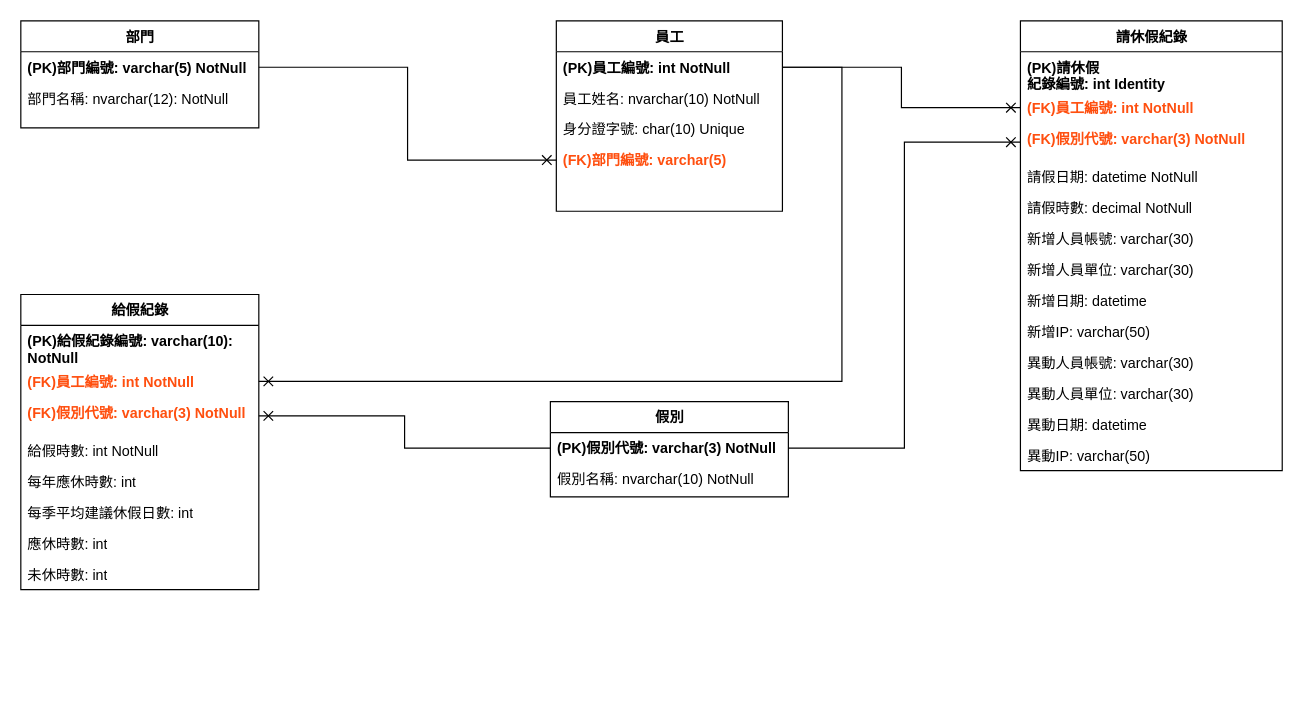
Before: Untitled Diagram.drawio in loveblue0121/T-SQL-ER, a draw.io diagram. Source tidied: cells renumbered, new cells numbered last; positions are measured from the earlier drawing's top-left corner, leaving out a move shared by most shapes. Both pictures are drawn from the tidied source at 119%, with x=0, y=0 at pixel (20, 20).
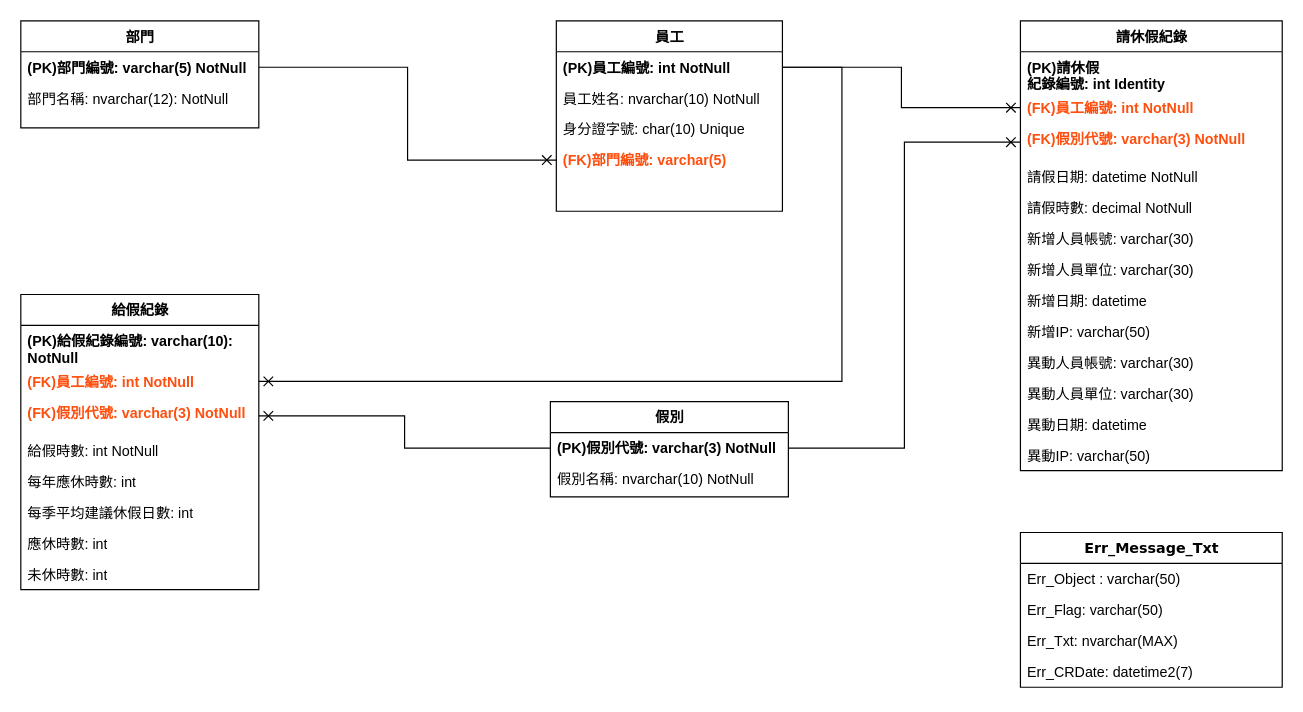
The same diagram, later.

What changed in the source:
```diff
@@
+    <mxCell id="42" value="Err_Message_Txt" style="swimlane;html=1;fontStyle=1;align=center;verticalAlign=top;horizontal=1;startSize=26;swimlaneFillColor=#ffffff;rounded=0;shadow=0;comic=0;labelBackgroundColor=none;strokeWidth=1;fillColor=none;fontFamily=Verdana;fontSize=12;" parent="1" vertex="1">
+      <mxGeometry x="840" y="430" width="220" height="130" as="geometry" />
+    </mxCell>
+    <mxCell id="43" value="Err_Object :&amp;nbsp;varchar(50)" style="text;html=1;strokeColor=none;fillColor=none;align=left;verticalAlign=top;spacingLeft=4;spacingRight=4;whiteSpace=wrap;overflow=hidden;fontStyle=0;" parent="42" vertex="1">
+      <mxGeometry y="26" width="220" height="26" as="geometry" />
+    </mxCell>
+    <mxCell id="44" value="Err_Flag:&amp;nbsp;varchar(50)" style="text;html=1;strokeColor=none;fillColor=none;align=left;verticalAlign=top;spacingLeft=4;spacingRight=4;whiteSpace=wrap;overflow=hidden;" parent="42" vertex="1">
+      <mxGeometry y="52" width="220" height="26" as="geometry" />
+    </mxCell>
+    <mxCell id="45" value="Err_Txt:&amp;nbsp;nvarchar(MAX)" style="text;html=1;strokeColor=none;fillColor=none;align=left;verticalAlign=top;spacingLeft=4;spacingRight=4;whiteSpace=wrap;overflow=hidden;" parent="42" vertex="1">
+      <mxGeometry y="78" width="220" height="26" as="geometry" />
+    </mxCell>
+    <mxCell id="46" value="Err_CRDate:&amp;nbsp;datetime2(7)" style="text;html=1;strokeColor=none;fillColor=none;align=left;verticalAlign=top;spacingLeft=4;spacingRight=4;whiteSpace=wrap;overflow=hidden;fontColor=#000000;fontStyle=0;" parent="42" vertex="1">
+      <mxGeometry y="104" width="220" height="26" as="geometry" />
+    </mxCell>
```
